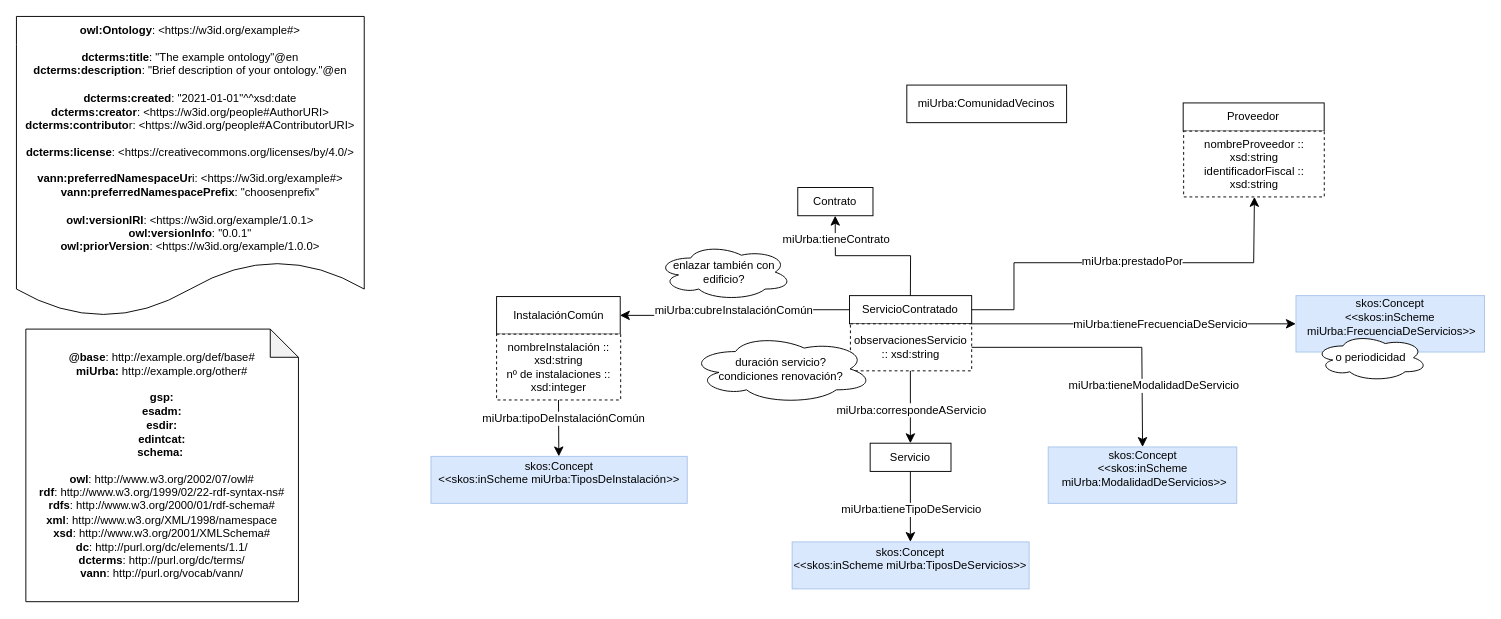
Earlier version of the draw.io diagram page "servicios" (3 of 6) of diagrams/diagrama.drawio (oeg-upm/ontologia-miUrba). Source tidied: cells renumbered, new cells numbered last; positions are measured from the earlier drawing's top-left corner, leaving out a move shared by most shapes. Both pictures are drawn from the tidied source at 94%, with x=0, y=0 at pixel (16, 16).
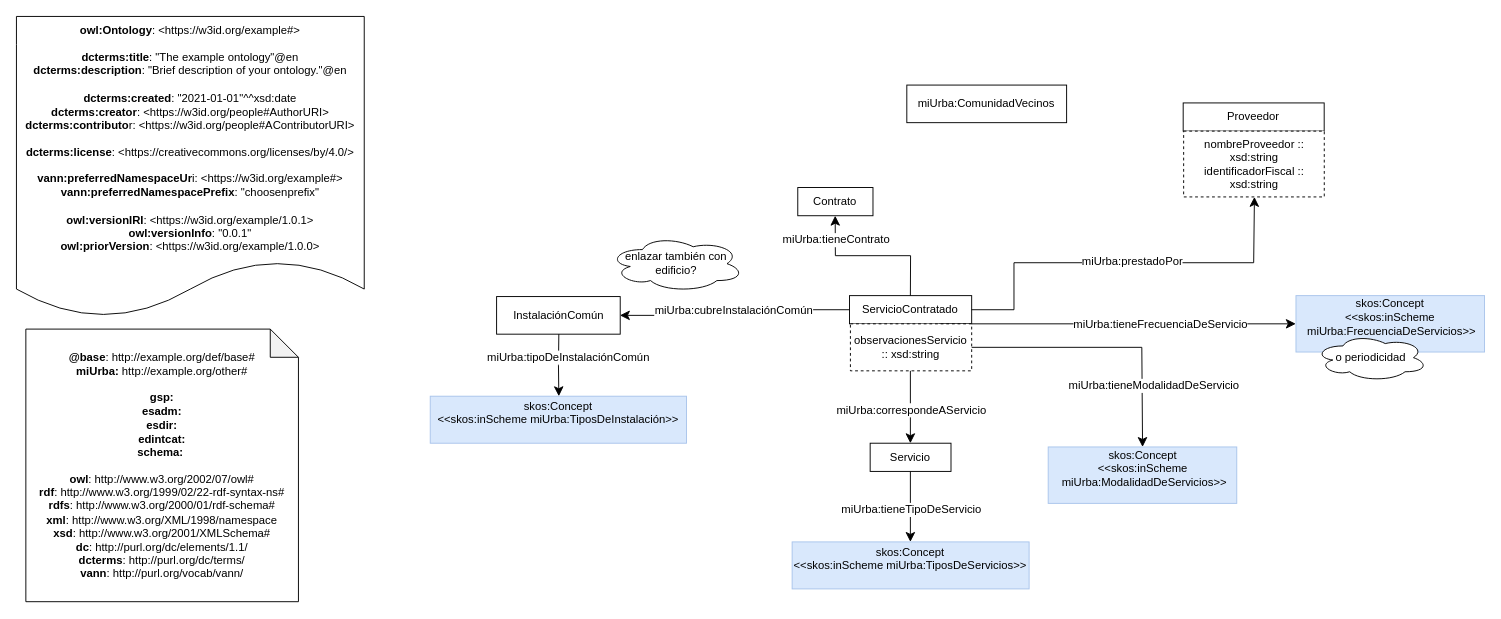
Above is the later version.

Unchanged cells that the change refers to:
```xml
<mxCell id="13" style="endArrow=classic;html=1;endSize=8;arcSize=0;rounded=0;edgeStyle=orthogonalEdgeStyle;" parent="1" edge="1" source="3" target="9">
  <mxGeometry relative="1" as="geometry" />
</mxCell>
```

Diff of the diagram source:
```diff
@@
     <mxCell id="9" value="skos:Concept&lt;div&gt;&amp;lt;&amp;lt;skos:inScheme miUrba:TiposDeInstalación&amp;gt;&amp;gt;&lt;/div&gt;&lt;div&gt;&lt;br&gt;&lt;/div&gt;" style="rounded=0;whiteSpace=wrap;html=1;snapToPoint=1;points=[[0.1,0],[0.2,0],[0.3,0],[0.4,0],[0.5,0],[0.6,0],[0.7,0],[0.8,0],[0.9,0],[0,0.1],[0,0.3],[0,0.5],[0,0.7],[0,0.9],[0.1,1],[0.2,1],[0.3,1],[0.4,1],[0.5,1],[0.6,1],[0.7,1],[0.8,1],[0.9,1],[1,0.1],[1,0.3],[1,0.5],[1,0.7],[1,0.9]];fillColor=#D9E8FC;strokeColor=#A9C4EB;" parent="1" vertex="1">
-      <mxGeometry x="441" y="468" width="272.6" height="50" as="geometry" />
+      <mxGeometry x="440.2" y="404" width="272.6" height="50" as="geometry" />
     </mxCell>
@@
     <mxCell id="14" value="&lt;div&gt;miUrba:tipoDeInstalaciónComún&lt;/div&gt;" style="text;html=1;align=center;verticalAlign=middle;labelBackgroundColor=#ffffff;" parent="13" vertex="1">
       <mxGeometry x="-0.13" relative="1" as="geometry">
-        <mxPoint x="5" y="33" as="offset" />
+        <mxPoint x="10" y="-4" as="offset" />
       </mxGeometry>
     </mxCell>
@@
     <mxCell id="18" value="enlazar también con edificio?" style="ellipse;shape=cloud;whiteSpace=wrap;html=1;" parent="1" vertex="1">
-      <mxGeometry x="681.3" y="242" width="143.9" height="60" as="geometry" />
+      <mxGeometry x="630" y="233" width="143.9" height="60" as="geometry" />
     </mxCell>
-    <mxCell id="19" value="nombreInstalación :: xsd:string&lt;div&gt;nº de instalaciones :: xsd:integer&lt;/div&gt;" style="rounded=0;whiteSpace=wrap;html=1;dashed=1;" parent="1" vertex="1">
-      <mxGeometry x="510.8" y="338" width="132" height="70" as="geometry" />
-    </mxCell>
@@
-    <mxCell id="31" value="duración servicio?&lt;div&gt;condiciones renovación?&lt;/div&gt;" style="ellipse;shape=cloud;whiteSpace=wrap;html=1;" parent="1" vertex="1">
-      <mxGeometry x="716.2" y="338" width="195" height="74" as="geometry" />
-    </mxCell>
```
